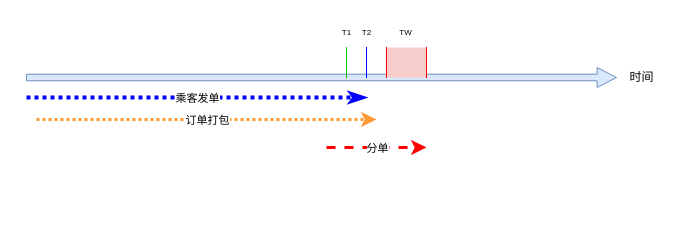
liurocky/data_struct keeps this draw.io diagram as 发达.drawio. Above is the earlier version. Source tidied: cells renumbered, new cells numbered last; positions are measured from the earlier drawing's top-left corner, leaving out a move shared by most shapes. Both pictures are drawn from the tidied source at 100%, with x=0, y=0 at pixel (26, 17).
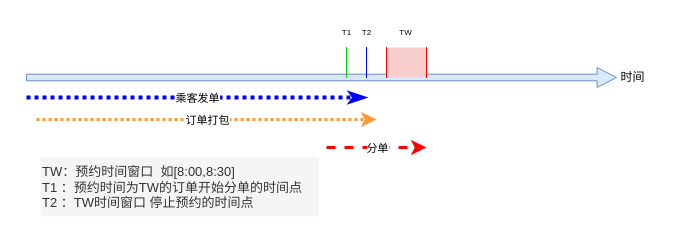
Above is the later version.

Diff of the diagram source:
```diff
@@
     <mxCell id="3" value="时间" style="text;html=1;align=center;verticalAlign=middle;fillColor=none;strokeColor=none;rounded=0;" parent="1" vertex="1">
-      <mxGeometry x="590" y="45" width="50" height="30" as="geometry" />
+      <mxGeometry x="581" y="45" width="50" height="30" as="geometry" />
     </mxCell>
@@
+    <mxCell id="17" value="&lt;font style=&quot;font-size: 13px;&quot;&gt;TW：预约时间窗口&amp;nbsp; 如[8:00,8:30]&lt;br style=&quot;&quot;&gt;T1 ：预约时间为TW的订单开始分单的时间点&lt;br style=&quot;&quot;&gt;T2 ：TW时间窗口 停止预约的时间点&lt;/font&gt;" style="text;html=1;align=left;verticalAlign=middle;fillColor=#f5f5f5;strokeColor=none;rounded=0;fontSize=11;labelBorderColor=none;fontColor=#333333;" parent="1" vertex="1">
+      <mxGeometry x="14" y="140" width="278" height="59" as="geometry" />
+    </mxCell>
```
